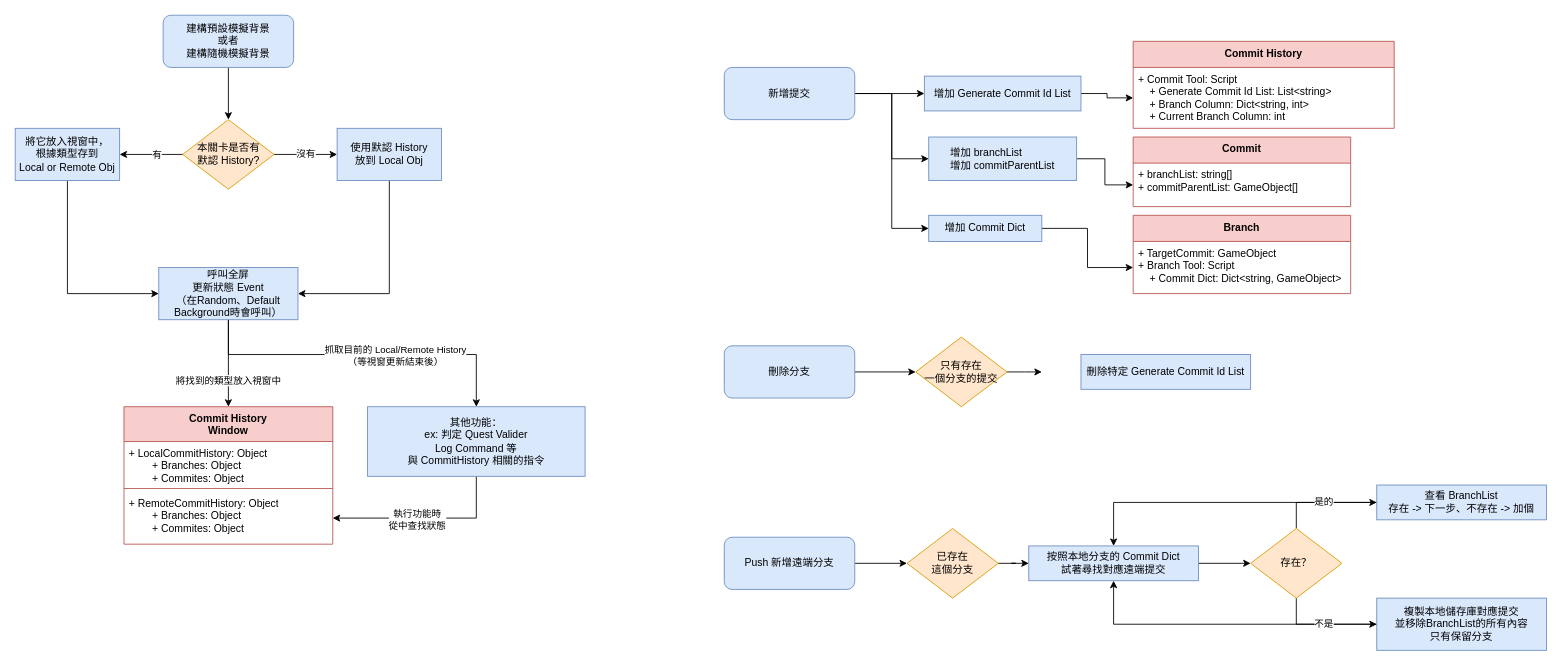
Before: page "Commit History" (1 of 2) of Assets/02_Scenes/Game Structure/系統規劃.drawio in fcumselab/GitEducationGame, a draw.io diagram. Source tidied: cells renumbered, new cells numbered last; positions are measured from the earlier drawing's top-left corner, leaving out a move shared by most shapes. Both pictures are drawn from the tidied source at 87%, with x=0, y=0 at pixel (15, 15).
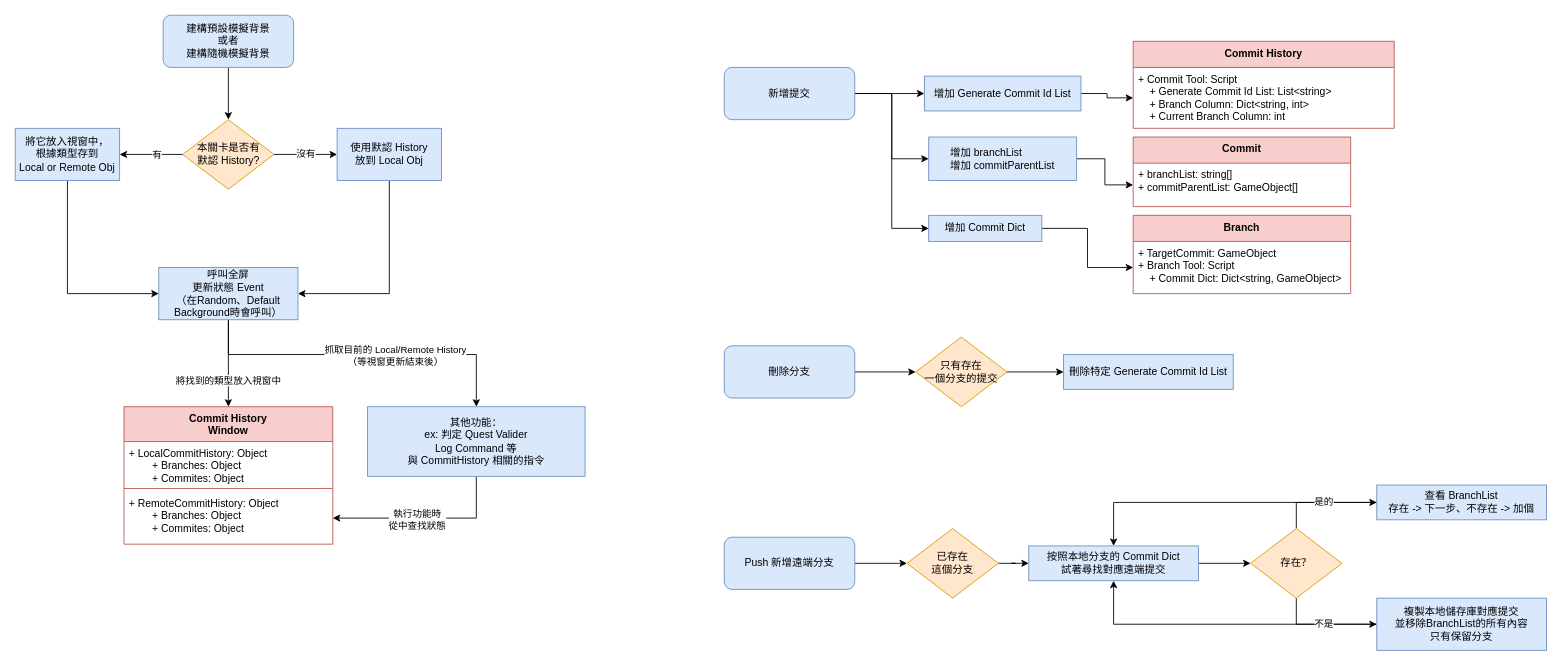
After the change.

The change refers to these unchanged cells:
```xml
<mxCell id="44" value="只有存在&lt;br&gt;一個分支的提交" style="rhombus;whiteSpace=wrap;html=1;fillColor=#ffe6cc;strokeColor=#d79b00;" parent="1" vertex="1">
  <mxGeometry x="1035" y="370" width="105" height="80" as="geometry" />
</mxCell>
```

What changed in the source:
```diff
@@
-    <mxCell id="43" style="edgeStyle=orthogonalEdgeStyle;rounded=0;jettySize=auto;html=1;" parent="1" edge="1" source="44">
-      <mxGeometry relative="1" as="geometry">
-        <mxPoint x="1180" y="410" as="targetPoint" />
-      </mxGeometry>
+    <mxCell id="43" style="edgeStyle=orthogonalEdgeStyle;rounded=0;jettySize=auto;html=1;entryX=0;entryY=0.5;entryDx=0;entryDy=0;" parent="1" edge="1" source="44" target="45">
+      <mxGeometry relative="1" as="geometry" />
     </mxCell>
@@
     <mxCell id="45" value="刪除特定 Generate Commit Id List" style="whiteSpace=wrap;html=1;fillColor=#dae8fc;strokeColor=#6c8ebf;" parent="1" vertex="1">
-      <mxGeometry x="1225" y="390" width="195" height="40" as="geometry" />
+      <mxGeometry x="1205" y="390" width="195" height="40" as="geometry" />
     </mxCell>
```
